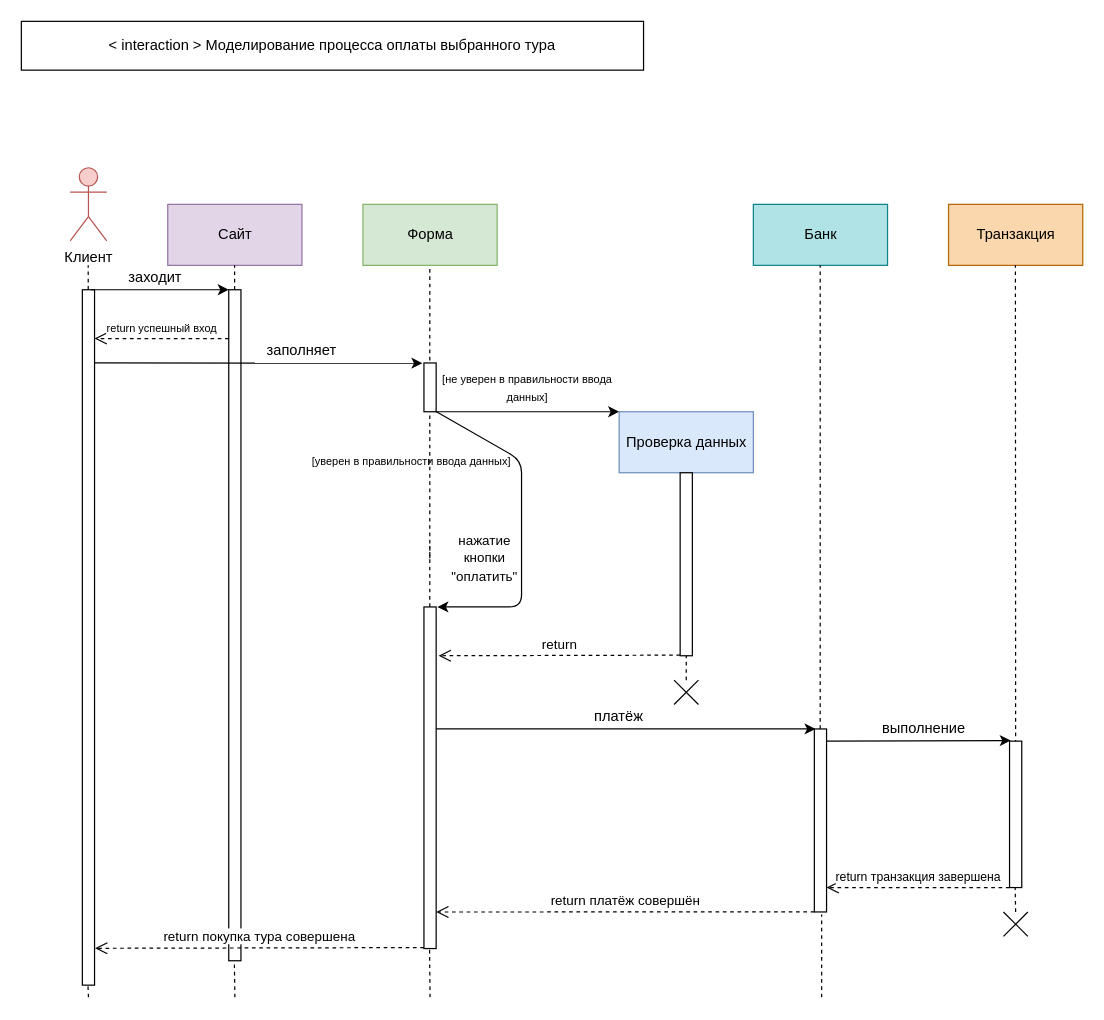
This is LR5/sequence_diagram_2.drawio from f0rsunka/UML, a draw.io file, before an edit. Source tidied: cells renumbered, new cells numbered last; positions are measured from the earlier drawing's top-left corner, leaving out a move shared by most shapes. Both pictures are drawn from the tidied source at 122%, with x=0, y=0 at pixel (21, 21).
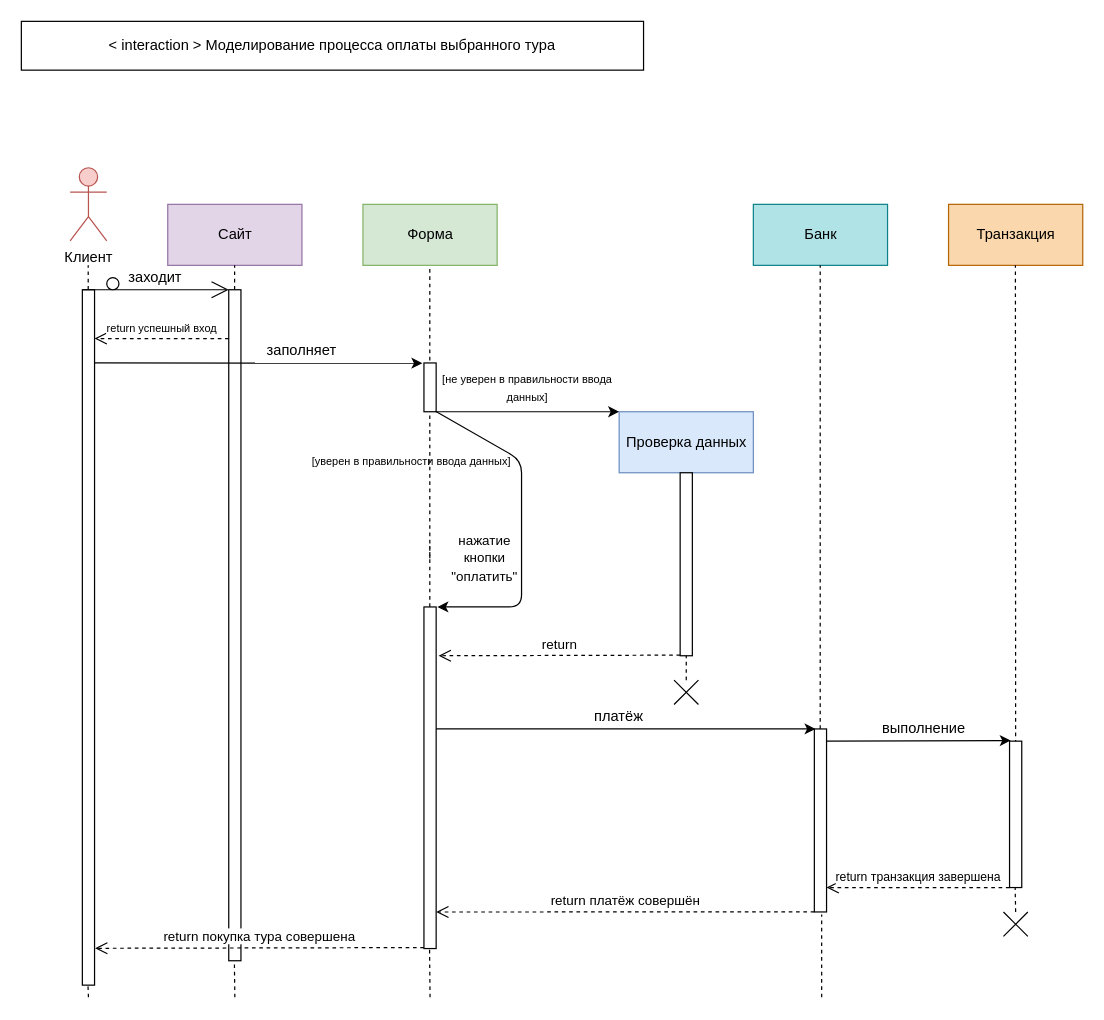
Above is the later version.

The change refers to these unchanged cells:
```xml
<mxCell id="14" style="html=1;points=[];perimeter=orthogonalPerimeter;" parent="1" vertex="1">
  <mxGeometry x="50" y="220" width="10" height="570" as="geometry" />
</mxCell>
```

What changed in the source:
```diff
@@
-    <mxCell id="15" style="endArrow=classic;html=1;exitX=1.15;exitY=0;exitDx=0;exitDy=0;exitPerimeter=0;" parent="1" edge="1" source="14">
-      <mxGeometry relative="1" as="geometry">
-        <mxPoint x="170" y="220" as="targetPoint" />
-        <Array as="points">
-          <mxPoint x="55" y="220" />
-        </Array>
-      </mxGeometry>
-    </mxCell>
@@
+    <mxCell id="49" style="endArrow=open;endFill=1;endSize=12;html=1;" parent="1" edge="1">
+      <mxGeometry relative="1" as="geometry">
+        <mxPoint x="50" y="220" as="sourcePoint" />
+        <mxPoint x="170" y="220" as="targetPoint" />
+      </mxGeometry>
+    </mxCell>
+    <mxCell id="50" style="ellipse;whiteSpace=wrap;html=1;" parent="1" vertex="1">
+      <mxGeometry x="70" y="210" width="10" height="10" as="geometry" />
+    </mxCell>
```
